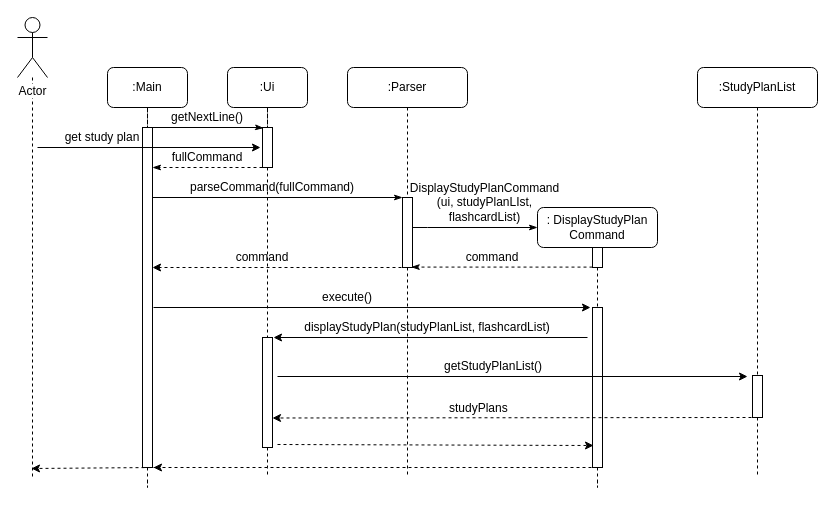
sliu107/tp keeps this draw.io diagram as docs/images/getStudyPlanListSequenceDiagram.drawio. Above is the earlier version. Source tidied: cells renumbered, new cells numbered last; positions are measured from the earlier drawing's top-left corner, leaving out a move shared by most shapes. Both pictures are drawn from the tidied source at 100%, with x=0, y=0 at pixel (17, 17).
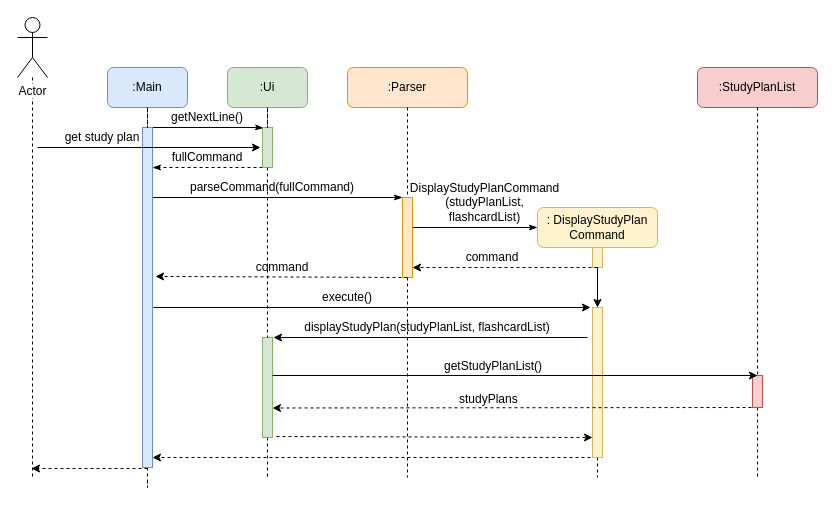
Above is the later version.

Commit message (it also covers changes not shown here):
Update parser component and study plan features description in Developer Guide

Diff of the diagram source:
```diff
@@
+    <mxCell id="52" style="edgeStyle=orthogonalEdgeStyle;rounded=0;jettySize=auto;html=1;" parent="1" edge="1" source="5" target="34">
+      <mxGeometry relative="1" as="geometry" />
+    </mxCell>
-    <mxCell id="5" value=":&amp;nbsp;DisplayStudyPlan&lt;br&gt;Command" style="rounded=1;whiteSpace=wrap;html=1;" parent="1" vertex="1">
+    <mxCell id="5" value=":&amp;nbsp;DisplayStudyPlan&lt;br&gt;Command" style="rounded=1;whiteSpace=wrap;html=1;fillColor=#fff2cc;strokeColor=#d6b656;" parent="1" vertex="1">
       <mxGeometry x="520" y="190" width="120" height="40" as="geometry" />
     </mxCell>
@@
-    <mxCell id="7" value=":StudyPlanList" style="rounded=1;whiteSpace=wrap;html=1;" parent="1" vertex="1">
+    <mxCell id="7" value=":StudyPlanList" style="rounded=1;whiteSpace=wrap;html=1;fillColor=#f8cecc;strokeColor=#b85450;" parent="1" vertex="1">
       <mxGeometry x="680" y="50" width="120" height="40" as="geometry" />
     </mxCell>
@@
-    <mxCell id="9" value=":Ui" style="rounded=1;whiteSpace=wrap;html=1;" parent="1" vertex="1">
+    <mxCell id="9" value=":Ui" style="rounded=1;whiteSpace=wrap;html=1;fillColor=#d5e8d4;strokeColor=#82b366;" parent="1" vertex="1">
       <mxGeometry x="210" y="50" width="80" height="40" as="geometry" />
     </mxCell>
@@
-    <mxCell id="11" value=":Parser" style="rounded=1;whiteSpace=wrap;html=1;" parent="1" vertex="1">
+    <mxCell id="11" value=":Parser" style="rounded=1;whiteSpace=wrap;html=1;fillColor=#ffe6cc;strokeColor=#d79b00;" parent="1" vertex="1">
       <mxGeometry x="330" y="50" width="120" height="40" as="geometry" />
     </mxCell>
@@
-    <mxCell id="13" value=":Main" style="rounded=1;whiteSpace=wrap;html=1;" parent="1" vertex="1">
+    <mxCell id="13" value=":Main" style="rounded=1;whiteSpace=wrap;html=1;fillColor=#dae8fc;strokeColor=#6c8ebf;" parent="1" vertex="1">
       <mxGeometry x="90" y="50" width="80" height="40" as="geometry" />
     </mxCell>
@@
-    <mxCell id="16" style="html=1;points=[];perimeter=orthogonalPerimeter;" parent="1" vertex="1">
+    <mxCell id="16" style="html=1;points=[];perimeter=orthogonalPerimeter;fillColor=#dae8fc;strokeColor=#6c8ebf;" parent="1" vertex="1">
       <mxGeometry x="125" y="110" width="10" height="340" as="geometry" />
     </mxCell>
@@
-    <mxCell id="19" style="html=1;points=[];perimeter=orthogonalPerimeter;" parent="1" vertex="1">
+    <mxCell id="19" style="html=1;points=[];perimeter=orthogonalPerimeter;fillColor=#d5e8d4;strokeColor=#82b366;" parent="1" vertex="1">
       <mxGeometry x="245" y="110" width="10" height="40" as="geometry" />
     </mxCell>
@@
-    <mxCell id="26" style="html=1;points=[];perimeter=orthogonalPerimeter;" parent="1" vertex="1">
-      <mxGeometry x="385" y="180" width="10" height="70" as="geometry" />
+    <mxCell id="26" style="html=1;points=[];perimeter=orthogonalPerimeter;fillColor=#ffe6cc;strokeColor=#d79b00;" parent="1" vertex="1">
+      <mxGeometry x="385" y="180" width="10" height="80" as="geometry" />
     </mxCell>
@@
-    <mxCell id="29" value="DisplayStudyPlanCommand&lt;br&gt;(ui, studyPlanLIst, flashcardList)" style="text;html=1;strokeColor=none;fillColor=none;align=center;verticalAlign=middle;whiteSpace=wrap;rounded=0;" parent="1" vertex="1">
+    <mxCell id="29" value="DisplayStudyPlanCommand&lt;br&gt;(studyPlanList,&lt;br&gt;flashcardList)" style="text;html=1;strokeColor=none;fillColor=none;align=center;verticalAlign=middle;whiteSpace=wrap;rounded=0;" parent="1" vertex="1">
       <mxGeometry x="400" y="170" width="135" height="30" as="geometry" />
     </mxCell>
-    <mxCell id="30" style="edgeStyle=orthogonalEdgeStyle;rounded=0;jettySize=auto;html=1;endArrow=classicThin;endFill=1;entryX=0.873;entryY=0.994;entryDx=0;entryDy=0;entryPerimeter=0;dashed=1;" parent="1" edge="1" source="31" target="26">
-      <mxGeometry relative="1" as="geometry">
-        <Array as="points">
-          <mxPoint x="560" y="250" />
-        </Array>
-      </mxGeometry>
-    </mxCell>
-    <mxCell id="31" style="html=1;points=[];perimeter=orthogonalPerimeter;" parent="1" vertex="1">
+    <mxCell id="31" style="html=1;points=[];perimeter=orthogonalPerimeter;fillColor=#fff2cc;strokeColor=#d6b656;" parent="1" vertex="1">
       <mxGeometry x="575" y="230" width="10" height="20" as="geometry" />
     </mxCell>
@@
-    <mxCell id="34" style="html=1;points=[];perimeter=orthogonalPerimeter;" parent="1" vertex="1">
-      <mxGeometry x="575" y="290" width="10" height="160" as="geometry" />
+    <mxCell id="34" style="html=1;points=[];perimeter=orthogonalPerimeter;fillColor=#fff2cc;strokeColor=#d6b656;" parent="1" vertex="1">
+      <mxGeometry x="575" y="290" width="10" height="150" as="geometry" />
     </mxCell>
@@
-    <mxCell id="37" style="endArrow=classic;html=1;exitX=0.5;exitY=1;exitDx=0;exitDy=0;exitPerimeter=0;dashed=1;" parent="1" edge="1" source="26">
-      <mxGeometry relative="1" as="geometry">
-        <mxPoint x="135" y="250" as="targetPoint" />
-      </mxGeometry>
+    <mxCell id="37" style="endArrow=classic;html=1;exitX=0.5;exitY=1;exitDx=0;exitDy=0;exitPerimeter=0;dashed=1;entryX=1.3;entryY=0.438;entryDx=0;entryDy=0;entryPerimeter=0;" parent="1" edge="1" source="26" target="16">
+      <mxGeometry relative="1" as="geometry" />
     </mxCell>
     <mxCell id="38" value="command" style="text;html=1;strokeColor=none;fillColor=none;align=center;verticalAlign=middle;whiteSpace=wrap;rounded=0;" parent="1" vertex="1">
-      <mxGeometry x="200" y="230" width="90" height="20" as="geometry" />
+      <mxGeometry x="220" y="240" width="90" height="20" as="geometry" />
     </mxCell>
-    <mxCell id="39" style="html=1;points=[];perimeter=orthogonalPerimeter;" parent="1" vertex="1">
-      <mxGeometry x="735" y="358" width="10" height="42" as="geometry" />
+    <mxCell id="39" style="html=1;points=[];perimeter=orthogonalPerimeter;fillColor=#f8cecc;strokeColor=#b85450;" parent="1" vertex="1">
+      <mxGeometry x="735" y="358" width="10" height="32" as="geometry" />
     </mxCell>
@@
-    <mxCell id="43" style="html=1;points=[];perimeter=orthogonalPerimeter;" parent="1" vertex="1">
-      <mxGeometry x="245" y="320" width="10" height="110" as="geometry" />
+    <mxCell id="43" style="html=1;points=[];perimeter=orthogonalPerimeter;fillColor=#d5e8d4;strokeColor=#82b366;" parent="1" vertex="1">
+      <mxGeometry x="245" y="320" width="10" height="100" as="geometry" />
     </mxCell>
@@
     <mxCell id="45" style="endArrow=classic;html=1;" parent="1" edge="1">
       <mxGeometry relative="1" as="geometry">
-        <mxPoint x="260" y="359" as="sourcePoint" />
-        <mxPoint x="730" y="359" as="targetPoint" />
+        <mxPoint x="255" y="358" as="sourcePoint" />
+        <mxPoint x="740" y="358" as="targetPoint" />
       </mxGeometry>
     </mxCell>
@@
     <mxCell id="47" style="endArrow=classic;html=1;exitX=0;exitY=0.976;exitDx=0;exitDy=0;exitPerimeter=0;dashed=1;" parent="1" edge="1">
       <mxGeometry relative="1" as="geometry">
-        <mxPoint x="734" y="400" as="sourcePoint" />
-        <mxPoint x="255" y="400.5" as="targetPoint" />
+        <mxPoint x="734" y="390" as="sourcePoint" />
+        <mxPoint x="255" y="390.5" as="targetPoint" />
       </mxGeometry>
     </mxCell>
     <mxCell id="48" value="studyPlans" style="text;html=1;" parent="1" vertex="1">
-      <mxGeometry x="430" y="376.5" width="120" height="5" as="geometry" />
+      <mxGeometry x="440" y="367.5" width="120" height="5" as="geometry" />
     </mxCell>
     <mxCell id="49" style="endArrow=classic;html=1;dashed=1;entryX=0.1;entryY=0.94;entryDx=0;entryDy=0;entryPerimeter=0;" parent="1" edge="1">
       <mxGeometry relative="1" as="geometry">
-        <mxPoint x="260" y="427" as="sourcePoint" />
-        <mxPoint x="576" y="428" as="targetPoint" />
+        <mxPoint x="259" y="419" as="sourcePoint" />
+        <mxPoint x="575" y="420" as="targetPoint" />
       </mxGeometry>
     </mxCell>
     <mxCell id="50" style="endArrow=classic;html=1;dashed=1;entryX=0.7;entryY=1;entryDx=0;entryDy=0;entryPerimeter=0;" parent="1" edge="1">
       <mxGeometry relative="1" as="geometry">
-        <mxPoint x="574" y="450" as="sourcePoint" />
-        <mxPoint x="136" y="450" as="targetPoint" />
+        <mxPoint x="573" y="440" as="sourcePoint" />
+        <mxPoint x="135" y="440" as="targetPoint" />
       </mxGeometry>
     </mxCell>
     <mxCell id="51" style="endArrow=classic;html=1;dashed=1;" parent="1" edge="1">
       <mxGeometry relative="1" as="geometry">
-        <mxPoint x="139" y="450" as="sourcePoint" />
+        <mxPoint x="130" y="451" as="sourcePoint" />
         <mxPoint x="14" y="451" as="targetPoint" />
       </mxGeometry>
     </mxCell>
+    <mxCell id="53" style="endArrow=classic;html=1;dashed=1;" parent="1" edge="1">
+      <mxGeometry relative="1" as="geometry">
+        <mxPoint x="580" y="250" as="sourcePoint" />
+        <mxPoint x="395" y="250" as="targetPoint" />
+      </mxGeometry>
+    </mxCell>
```
